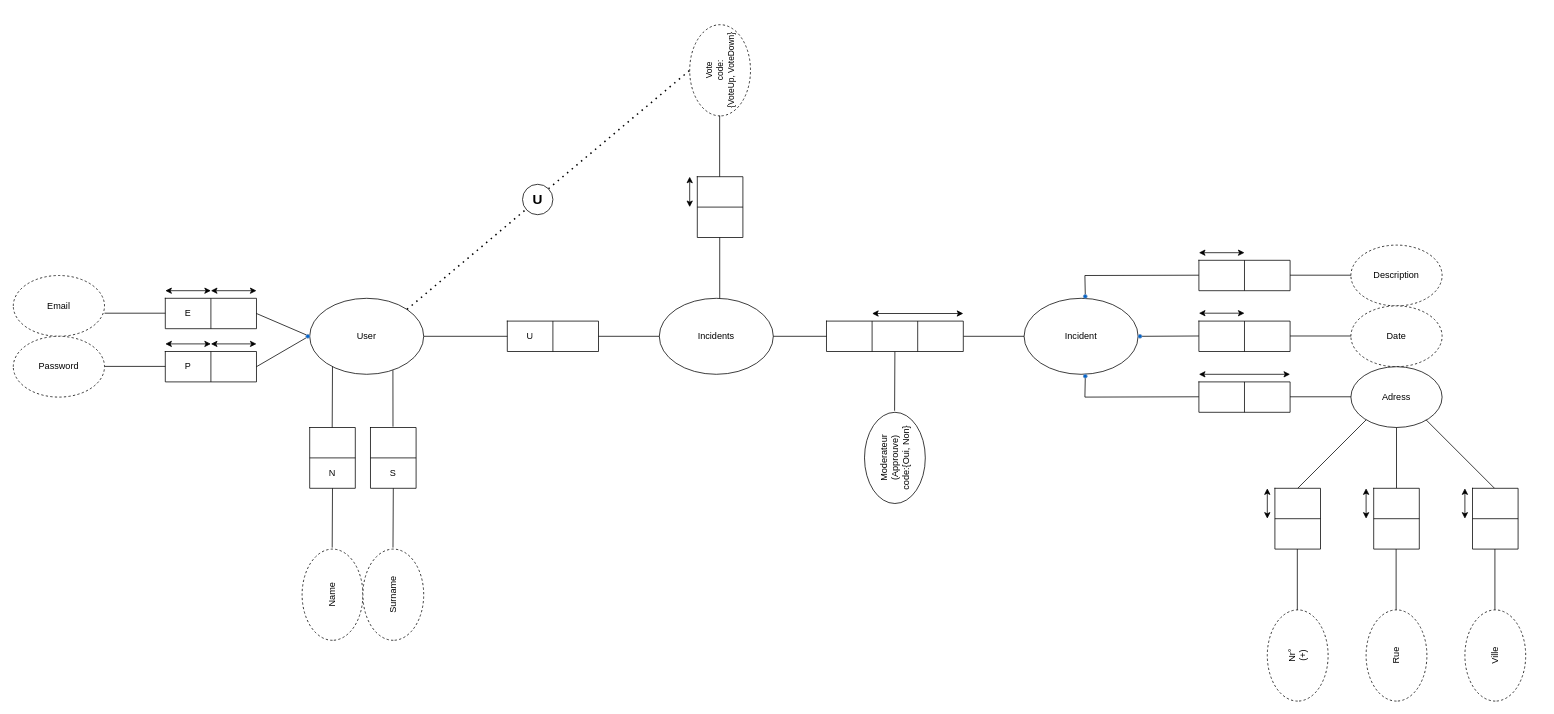
IsaiZ734/Projet-d-approfondissement keeps this draw.io diagram as ORM/ORM.drawio. Above is the earlier version. Source tidied: cells renumbered, new cells numbered last; positions are measured from the earlier drawing's top-left corner, leaving out a move shared by most shapes. Both pictures are drawn from the tidied source at 76%, with x=0, y=0 at pixel (28, 24).
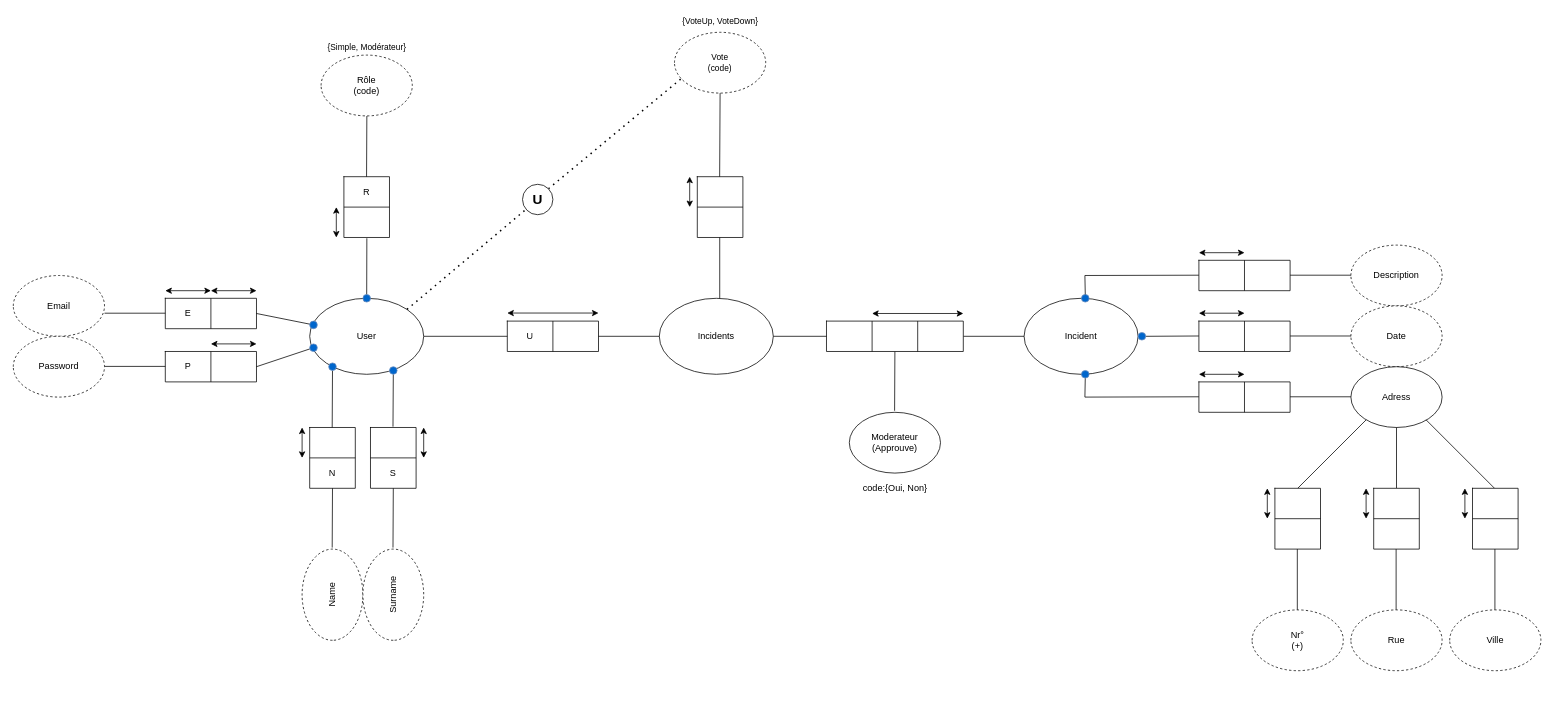
The same page after the edit.

Commit message (it also covers changes not shown here):
ORM scheme updates

The change refers to these unchanged cells:
```xml
<mxCell id="7" value="User" style="ellipse;whiteSpace=wrap;html=1;" parent="1" vertex="1">
  <mxGeometry x="370" y="360" width="150" height="100" as="geometry" />
</mxCell>
<mxCell id="123" value="&lt;b&gt;&lt;font style=&quot;font-size: 18px;&quot;&gt;U&lt;/font&gt;&lt;/b&gt;" style="ellipse;whiteSpace=wrap;html=1;fontSize=11;" parent="1" vertex="1">
  <mxGeometry x="650" y="210" width="40" height="40" as="geometry" />
</mxCell>
```

Diff of the diagram source:
```diff
@@
-    <mxCell id="20" style="endArrow=none;html=1;rounded=0;entryX=0.5;entryY=-0.028;entryDx=0;entryDy=0;entryPerimeter=0;startArrow=none;exitX=0.73;exitY=0.946;exitDx=0;exitDy=0;exitPerimeter=0;" parent="1" edge="1" source="7">
+    <mxCell id="20" style="endArrow=none;html=1;rounded=0;entryX=0.5;entryY=-0.028;entryDx=0;entryDy=0;entryPerimeter=0;startArrow=none;exitX=0.5;exitY=1;exitDx=0;exitDy=0;" parent="1" edge="1" source="144">
       <mxGeometry relative="1" as="geometry">
         <mxPoint x="479.6" y="528.9" as="targetPoint" />
       </mxGeometry>
     </mxCell>
-    <mxCell id="21" style="endArrow=none;html=1;rounded=0;entryX=0.5;entryY=-0.028;entryDx=0;entryDy=0;entryPerimeter=0;startArrow=none;" parent="1" edge="1">
+    <mxCell id="21" style="endArrow=none;html=1;rounded=0;entryX=0.5;entryY=-0.028;entryDx=0;entryDy=0;entryPerimeter=0;startArrow=none;" parent="1" edge="1" source="143">
       <mxGeometry relative="1" as="geometry">
-        <mxPoint x="400" y="450" as="sourcePoint" />
         <mxPoint x="399.6" y="530" as="targetPoint" />
       </mxGeometry>
     </mxCell>
@@
-    <mxCell id="34" style="endArrow=none;html=1;rounded=0;entryX=0;entryY=0;entryDx=0;entryDy=0;" parent="1" edge="1" target="42">
+    <mxCell id="34" style="endArrow=none;html=1;rounded=0;entryX=0.5;entryY=0.5;entryDx=0;entryDy=0;entryPerimeter=0;" parent="1" edge="1" target="42">
       <mxGeometry relative="1" as="geometry">
         <mxPoint x="300" y="380" as="sourcePoint" />
       </mxGeometry>
     </mxCell>
@@
-    <mxCell id="39" style="endArrow=none;html=1;rounded=0;entryX=0;entryY=1;entryDx=0;entryDy=0;" parent="1" edge="1" target="42">
+    <mxCell id="39" style="endArrow=none;html=1;rounded=0;" parent="1" edge="1" target="140">
       <mxGeometry relative="1" as="geometry">
         <mxPoint x="300" y="450" as="sourcePoint" />
       </mxGeometry>
     </mxCell>
-    <mxCell id="40" style="endArrow=classic;startArrow=classic;html=1;rounded=0;" parent="1" edge="1">
-      <mxGeometry relative="1" as="geometry">
-        <mxPoint x="180" y="420" as="sourcePoint" />
-        <mxPoint x="240" y="420" as="targetPoint" />
-      </mxGeometry>
-    </mxCell>
@@
     <mxCell id="42" style="ellipse;whiteSpace=wrap;html=1;fillColor=#0066CC;strokeColor=#6c8ebf;" parent="1" vertex="1">
-      <mxGeometry x="365" y="407.5" width="5" height="5" as="geometry" />
+      <mxGeometry x="370" y="390" width="10" height="10" as="geometry" />
     </mxCell>
@@
-    <mxCell id="65" style="endArrow=none;html=1;rounded=0;exitX=0.5;exitY=0;exitDx=0;exitDy=0;" parent="1" edge="1" source="70">
-      <mxGeometry relative="1" as="geometry">
-        <mxPoint x="1390" y="330" as="targetPoint" />
-      </mxGeometry>
-    </mxCell>
@@
     <mxCell id="69" style="endArrow=classic;startArrow=classic;html=1;rounded=0;" parent="1" edge="1">
       <mxGeometry relative="1" as="geometry">
         <mxPoint x="1540" y="460" as="sourcePoint" />
-        <mxPoint x="1660" y="460" as="targetPoint" />
+        <mxPoint x="1600" y="460" as="targetPoint" />
       </mxGeometry>
     </mxCell>
-    <mxCell id="70" style="ellipse;whiteSpace=wrap;html=1;fillColor=#0066CC;strokeColor=#6c8ebf;" parent="1" vertex="1">
-      <mxGeometry x="1388" y="355" width="5" height="5" as="geometry" />
-    </mxCell>
     <mxCell id="71" style="ellipse;whiteSpace=wrap;html=1;fillColor=#0066CC;strokeColor=#6c8ebf;" parent="1" vertex="1">
-      <mxGeometry x="1388" y="460" width="5" height="5" as="geometry" />
+      <mxGeometry x="1385.5" y="455" width="10" height="10" as="geometry" />
     </mxCell>
     <mxCell id="72" style="ellipse;whiteSpace=wrap;html=1;fillColor=#0066CC;strokeColor=#6c8ebf;" parent="1" vertex="1">
-      <mxGeometry x="1460" y="407.5" width="5" height="5" as="geometry" />
+      <mxGeometry x="1460" y="405" width="10" height="10" as="geometry" />
     </mxCell>
@@
-    <mxCell id="94" value="Nr°&lt;br&gt;(+)" style="ellipse;whiteSpace=wrap;html=1;direction=south;dashed=1;horizontal=0;" parent="1" vertex="1">
-      <mxGeometry x="1630" y="770" width="80" height="120" as="geometry" />
+    <mxCell id="94" value="Nr°&lt;br&gt;(+)" style="ellipse;whiteSpace=wrap;html=1;direction=south;dashed=1;horizontal=0;rotation=90;" parent="1" vertex="1">
+      <mxGeometry x="1630" y="750" width="80" height="120" as="geometry" />
     </mxCell>
-    <mxCell id="95" value="Rue" style="ellipse;whiteSpace=wrap;html=1;direction=south;dashed=1;horizontal=0;" parent="1" vertex="1">
-      <mxGeometry x="1760" y="770" width="80" height="120" as="geometry" />
+    <mxCell id="95" value="Rue" style="ellipse;whiteSpace=wrap;html=1;direction=south;dashed=1;horizontal=0;rotation=90;" parent="1" vertex="1">
+      <mxGeometry x="1760" y="750" width="80" height="120" as="geometry" />
     </mxCell>
-    <mxCell id="96" value="Ville" style="ellipse;whiteSpace=wrap;html=1;direction=south;dashed=1;horizontal=0;" parent="1" vertex="1">
-      <mxGeometry x="1890" y="770" width="80" height="120" as="geometry" />
+    <mxCell id="96" value="Ville" style="ellipse;whiteSpace=wrap;html=1;direction=south;dashed=1;horizontal=0;rotation=90;" parent="1" vertex="1">
+      <mxGeometry x="1890" y="750" width="80" height="120" as="geometry" />
     </mxCell>
@@
-    <mxCell id="104" value="Moderateur&lt;br&gt;(Approuve)&lt;br&gt;code:{Oui, Non}" style="ellipse;whiteSpace=wrap;html=1;direction=south;horizontal=0;" parent="1" vertex="1">
-      <mxGeometry x="1100" y="510" width="80" height="120" as="geometry" />
+    <mxCell id="104" value="Moderateur&lt;br&gt;(Approuve)" style="ellipse;whiteSpace=wrap;html=1;direction=south;horizontal=0;rotation=90;" parent="1" vertex="1">
+      <mxGeometry x="1100" y="490" width="80" height="120" as="geometry" />
     </mxCell>
@@
-    <mxCell id="119" value="&lt;font style=&quot;font-size: 11px;&quot;&gt;Vote&lt;br&gt;code:&lt;br&gt;{VoteUp, VoteDown}&lt;/font&gt;" style="ellipse;whiteSpace=wrap;html=1;direction=south;dashed=1;horizontal=0;spacing=-1;" parent="1" vertex="1">
-      <mxGeometry x="870" width="80" height="120" as="geometry" />
+    <mxCell id="119" value="&lt;font style=&quot;font-size: 11px&quot;&gt;Vote&lt;br&gt;(code)&lt;br&gt;&lt;/font&gt;" style="ellipse;whiteSpace=wrap;html=1;direction=south;dashed=1;horizontal=0;spacing=-1;rotation=90;" parent="1" vertex="1">
+      <mxGeometry x="870" y="-10" width="80" height="120" as="geometry" />
     </mxCell>
@@
-    <mxCell id="121" style="endArrow=none;html=1;rounded=0;entryX=0.5;entryY=0;entryDx=0;entryDy=0;" parent="1" edge="1">
+    <mxCell id="121" style="endArrow=none;html=1;rounded=0;entryX=0.5;entryY=0;entryDx=0;entryDy=0;" parent="1" edge="1" target="119">
       <mxGeometry relative="1" as="geometry">
         <mxPoint x="909.4" y="200" as="sourcePoint" />
-        <mxPoint x="909.4" y="120" as="targetPoint" />
       </mxGeometry>
     </mxCell>
     <mxCell id="122" style="endArrow=none;dashed=1;html=1;dashPattern=1 3;strokeWidth=2;rounded=1;fontSize=11;exitX=1;exitY=0;exitDx=0;exitDy=0;startArrow=none;" parent="1" edge="1" source="123">
       <mxGeometry relative="1" as="geometry">
-        <mxPoint x="870" y="60" as="targetPoint" />
+        <mxPoint x="860" y="70" as="targetPoint" />
       </mxGeometry>
     </mxCell>
@@
+    <mxCell id="125" value="&lt;span&gt;code:{Oui, Non}&lt;/span&gt;" style="text;html=1;align=center;verticalAlign=middle;strokeColor=none;fillColor=none;" parent="1" vertex="1">
+      <mxGeometry x="1090" y="600" width="100" height="20" as="geometry" />
+    </mxCell>
+    <mxCell id="126" value="&lt;span style=&quot;font-size: 11px&quot;&gt;{VoteUp, VoteDown}&lt;/span&gt;" style="text;html=1;align=center;verticalAlign=middle;strokeColor=none;fillColor=none;" parent="1" vertex="1">
+      <mxGeometry x="850" y="-15" width="120" height="20" as="geometry" />
+    </mxCell>
+    <mxCell id="127" style="endArrow=classic;startArrow=classic;html=1;rounded=0;" parent="1" edge="1">
+      <mxGeometry relative="1" as="geometry">
+        <mxPoint x="520" y="530" as="sourcePoint" />
+        <mxPoint x="520" y="570" as="targetPoint" />
+      </mxGeometry>
+    </mxCell>
+    <mxCell id="128" style="endArrow=classic;startArrow=classic;html=1;rounded=0;" parent="1" edge="1">
+      <mxGeometry relative="1" as="geometry">
+        <mxPoint x="360" y="530" as="sourcePoint" />
+        <mxPoint x="360" y="570" as="targetPoint" />
+      </mxGeometry>
+    </mxCell>
+    <mxCell id="129" style="endArrow=classic;startArrow=classic;html=1;rounded=1;" parent="1" edge="1">
+      <mxGeometry relative="1" as="geometry">
+        <mxPoint x="630" y="379.4" as="sourcePoint" />
+        <mxPoint x="750" y="379.4" as="targetPoint" />
+      </mxGeometry>
+    </mxCell>
+    <mxCell id="130" style="shape=table;html=1;whiteSpace=wrap;startSize=0;childLayout=tableLayout;direction=east;flipV=0;flipH=0;" parent="1" vertex="1">
+      <mxGeometry x="415" y="200" width="60" height="80" as="geometry" />
+    </mxCell>
+    <mxCell id="131" style="shape=tableRow;horizontal=0;startSize=0;swimlaneHead=0;swimlaneBody=0;top=0;left=0;bottom=0;right=0;fillColor=none;" parent="130" vertex="1">
+      <mxGeometry width="60" height="40" as="geometry" />
+    </mxCell>
+    <mxCell id="132" value="R" style="shape=partialRectangle;html=1;whiteSpace=wrap;fillColor=none;top=0;left=0;bottom=0;right=0;overflow=hidden;" parent="131" vertex="1">
+      <mxGeometry width="60" height="40" as="geometry" />
+    </mxCell>
+    <mxCell id="133" style="shape=tableRow;horizontal=0;startSize=0;swimlaneHead=0;swimlaneBody=0;top=0;left=0;bottom=0;right=0;fillColor=none;" parent="130" vertex="1">
+      <mxGeometry y="40" width="60" height="40" as="geometry" />
+    </mxCell>
+    <mxCell id="134" style="shape=partialRectangle;html=1;whiteSpace=wrap;fillColor=none;top=0;left=0;bottom=0;right=0;overflow=hidden;" parent="133" vertex="1">
+      <mxGeometry width="60" height="40" as="geometry" />
+    </mxCell>
+    <mxCell id="135" style="endArrow=none;html=1;rounded=0;entryX=0.5;entryY=-0.028;entryDx=0;entryDy=0;entryPerimeter=0;startArrow=none;" parent="1" edge="1">
+      <mxGeometry relative="1" as="geometry">
+        <mxPoint x="445.2" y="120" as="sourcePoint" />
+        <mxPoint x="444.8" y="200" as="targetPoint" />
+      </mxGeometry>
+    </mxCell>
+    <mxCell id="136" style="endArrow=none;html=1;rounded=0;entryX=0.5;entryY=-0.028;entryDx=0;entryDy=0;entryPerimeter=0;exitX=0.2;exitY=0.92;exitDx=0;exitDy=0;exitPerimeter=0;startArrow=none;" parent="1" edge="1" source="141">
+      <mxGeometry relative="1" as="geometry">
+        <mxPoint x="444.8" y="359" as="targetPoint" />
+      </mxGeometry>
+    </mxCell>
+    <mxCell id="137" value="Rôle&lt;br&gt;(code)" style="ellipse;whiteSpace=wrap;html=1;direction=south;dashed=1;textDirection=ltr;labelPosition=center;verticalLabelPosition=middle;align=center;verticalAlign=middle;horizontal=0;rotation=90;" parent="1" vertex="1">
+      <mxGeometry x="405" y="20" width="80" height="120" as="geometry" />
+    </mxCell>
+    <mxCell id="138" style="endArrow=classic;startArrow=classic;html=1;rounded=0;" parent="1" edge="1">
+      <mxGeometry relative="1" as="geometry">
+        <mxPoint x="405" y="240" as="sourcePoint" />
+        <mxPoint x="405" y="280" as="targetPoint" />
+      </mxGeometry>
+    </mxCell>
+    <mxCell id="139" value="&lt;span style=&quot;font-size: 11px&quot;&gt;{Simple, Modérateur}&lt;/span&gt;" style="text;html=1;align=center;verticalAlign=middle;strokeColor=none;fillColor=none;" parent="1" vertex="1">
+      <mxGeometry x="385" y="20" width="120" height="20" as="geometry" />
+    </mxCell>
+    <mxCell id="140" style="ellipse;whiteSpace=wrap;html=1;fillColor=#0066CC;strokeColor=#6c8ebf;" parent="1" vertex="1">
+      <mxGeometry x="370" y="420" width="10" height="10" as="geometry" />
+    </mxCell>
+    <mxCell id="141" style="ellipse;whiteSpace=wrap;html=1;fillColor=#0066CC;strokeColor=#6c8ebf;" parent="1" vertex="1">
+      <mxGeometry x="440" y="355" width="10" height="10" as="geometry" />
+    </mxCell>
+    <mxCell id="142" style="endArrow=none;html=1;rounded=0;entryX=0.5;entryY=-0.028;entryDx=0;entryDy=0;entryPerimeter=0;exitX=0.2;exitY=0.92;exitDx=0;exitDy=0;exitPerimeter=0;" parent="1" edge="1" target="141">
+      <mxGeometry relative="1" as="geometry">
+        <mxPoint x="445.2" y="281" as="sourcePoint" />
+      </mxGeometry>
+    </mxCell>
+    <mxCell id="143" style="ellipse;whiteSpace=wrap;html=1;fillColor=#0066CC;strokeColor=#6c8ebf;" parent="1" vertex="1">
+      <mxGeometry x="395" y="445" width="10" height="10" as="geometry" />
+    </mxCell>
+    <mxCell id="144" style="ellipse;whiteSpace=wrap;html=1;fillColor=#0066CC;strokeColor=#6c8ebf;" parent="1" vertex="1">
+      <mxGeometry x="475" y="450" width="10" height="10" as="geometry" />
+    </mxCell>
+    <mxCell id="145" style="ellipse;whiteSpace=wrap;html=1;fillColor=#0066CC;strokeColor=#6c8ebf;" parent="1" vertex="1">
+      <mxGeometry x="1385.5" y="355" width="10" height="10" as="geometry" />
+    </mxCell>
+    <mxCell id="146" style="endArrow=none;html=1;rounded=0;" parent="1" edge="1" target="145">
+      <mxGeometry relative="1" as="geometry">
+        <mxPoint x="1390" y="330" as="sourcePoint" />
+      </mxGeometry>
+    </mxCell>
```
